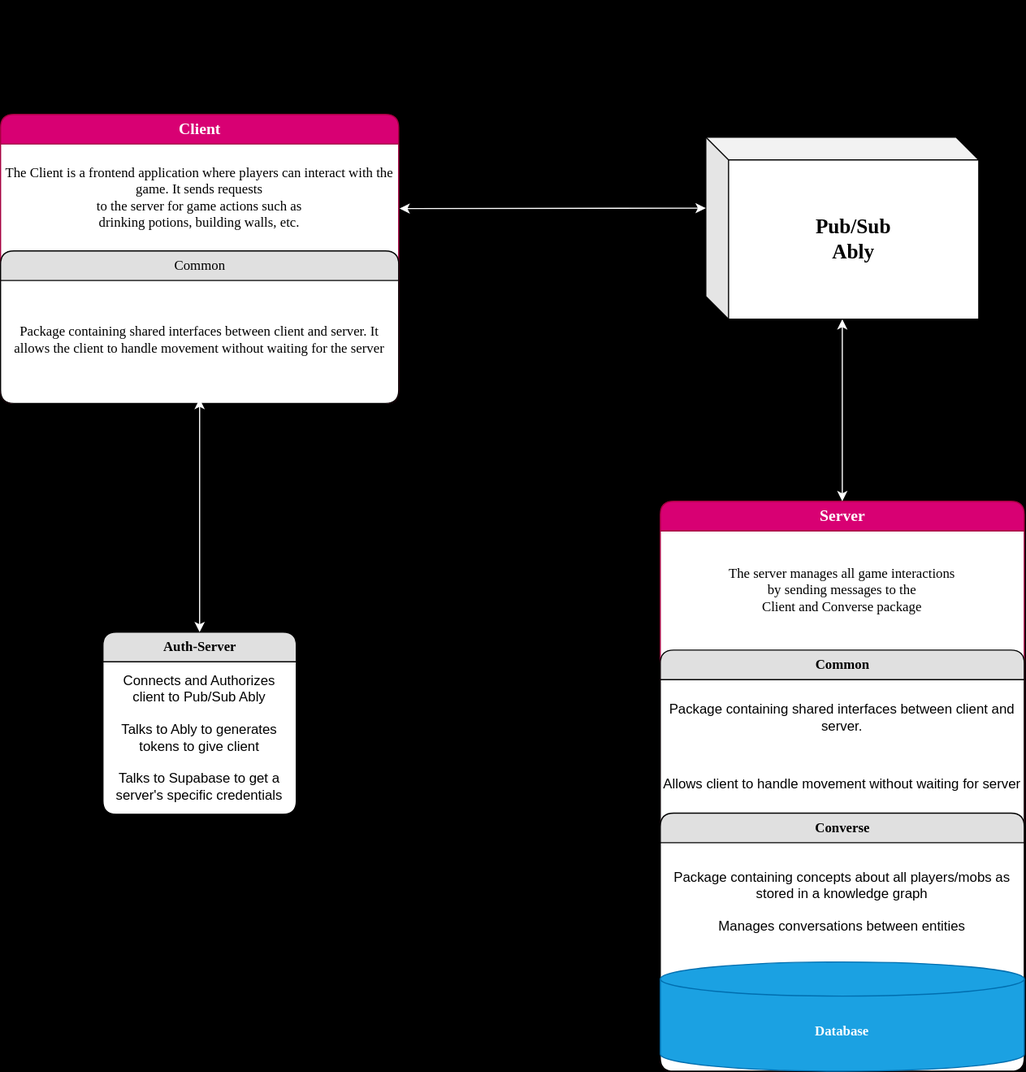
This is diagrams/systemArch.drawio.svg from sloalchemist/potions, a draw.io export, as it was before one commit. Source tidied: cells renumbered, new cells last; positions are measured from the earlier drawing's top-left corner, leaving out a move shared by most shapes.
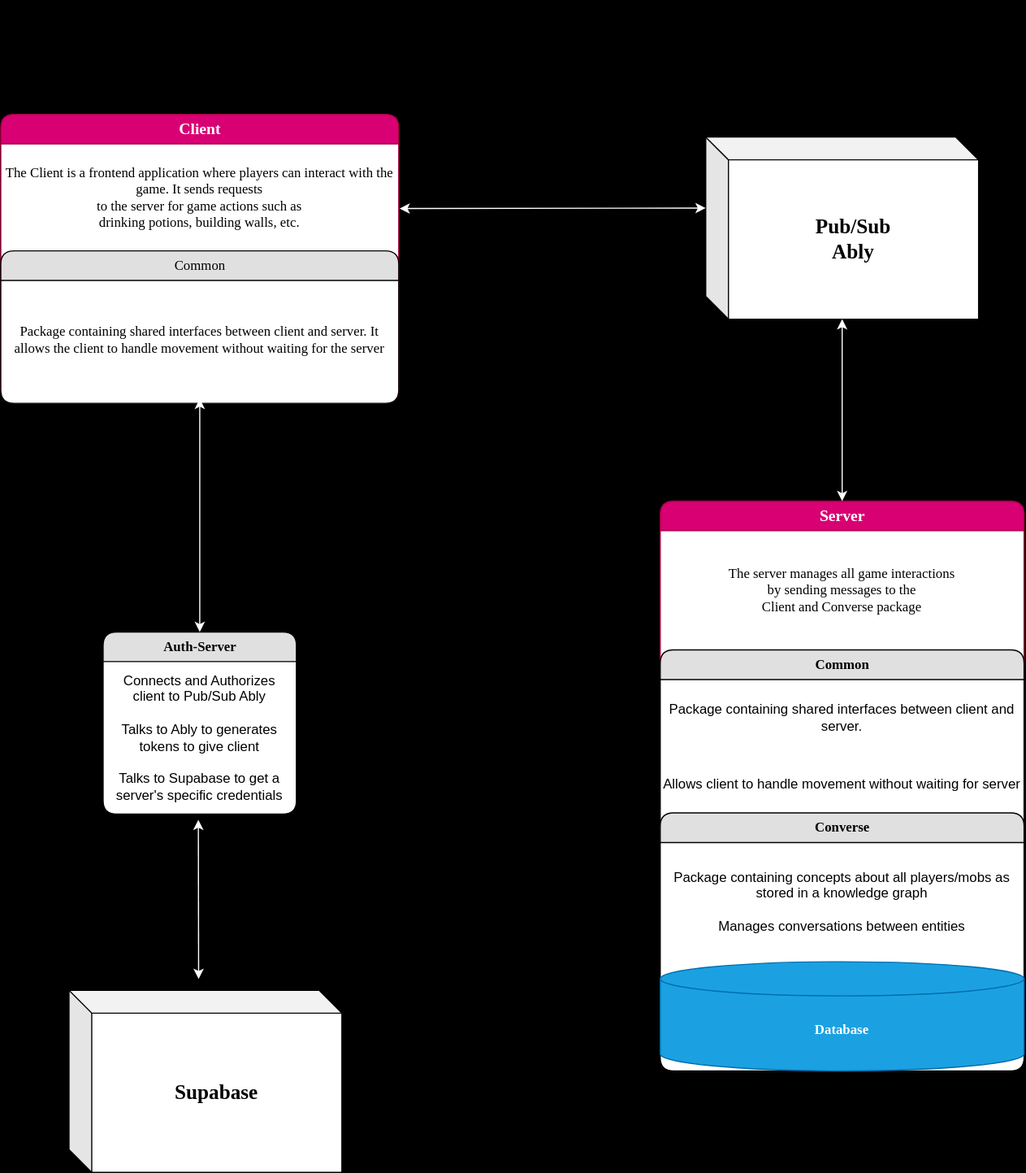
The same file after the commit.

Commit message:
doc: updated with supabase details

The edit, as a diff of the source:
```diff
@@ -59,7 +59,7 @@
     <mxCell id="20" style="endArrow=classic;startArrow=classic;html=1;rounded=0;strokeColor=#FFFFFF;entryX=0.5;entryY=0;entryDx=0;entryDy=0;exitX=0.5;exitY=1;exitDx=0;exitDy=0;exitPerimeter=0;" parent="1" edge="1" source="4" target="6">
       <mxGeometry relative="1" as="geometry" />
     </mxCell>
-    <mxCell id="21" style="edgeStyle=orthogonalEdgeStyle;html=1;labelBackgroundColor=none;startFill=0;startSize=8;endFill=1;endSize=8;fontFamily=Verdana;fontSize=12;entryX=0;entryY=0.5;entryDx=0;entryDy=0;exitX=1;exitY=0.5;exitDx=0;exitDy=0;entryPerimeter=0;" parent="1" edge="1" source="3" target="4">
+    <mxCell id="21" style="edgeStyle=orthogonalEdgeStyle;html=1;labelBackgroundColor=none;startFill=1;endFill=1;fontFamily=Verdana;fontSize=12;entryX=0;entryY=0.5;entryDx=0;entryDy=0;entryPerimeter=0;endArrow=classic;startArrow=classic;exitX=1.003;exitY=0.42;exitDx=0;exitDy=0;exitPerimeter=0;" parent="1" edge="1" source="3" target="4">
       <mxGeometry relative="1" as="geometry" />
     </mxCell>
     <mxCell id="22" value="&lt;h1 style=&quot;margin-top: 0px;&quot;&gt;&lt;font style=&quot;font-size: 24px;&quot;&gt;System Architecture Diagram&lt;/font&gt;&lt;/h1&gt;&lt;p&gt;&lt;br&gt;&lt;/p&gt;" style="text;html=1;whiteSpace=wrap;overflow=hidden;rounded=0;" parent="1" vertex="1">
@@ -68,5 +68,14 @@
     <mxCell id="23" style="endArrow=classic;startArrow=classic;html=1;rounded=0;strokeColor=#FFFFFF;entryX=1.002;entryY=0.604;entryDx=0;entryDy=0;exitX=0;exitY=0.39;exitDx=0;exitDy=0;exitPerimeter=0;entryPerimeter=0;" parent="1" edge="1" source="4" target="16">
       <mxGeometry relative="1" as="geometry" />
     </mxCell>
+    <mxCell id="24" value="&lt;h2&gt;&lt;font face=&quot;Verdana&quot;&gt;Supabase&lt;/font&gt;&lt;/h2&gt;" style="shape=cube;whiteSpace=wrap;html=1;boundedLbl=1;backgroundOutline=1;darkOpacity=0.05;darkOpacity2=0.1;" parent="1" vertex="1">
+      <mxGeometry x="60" y="870" width="240" height="160" as="geometry" />
+    </mxCell>
+    <mxCell id="25" style="endArrow=classic;startArrow=classic;html=1;rounded=0;strokeColor=#FFFFFF;entryX=0.5;entryY=1;entryDx=0;entryDy=0;fontColor=#FFFFFF;labelBackgroundColor=#FFFFFF;fillColor=#eeeeee;" parent="1" edge="1">
+      <mxGeometry relative="1" as="geometry">
+        <mxPoint x="174" y="860" as="sourcePoint" />
+        <mxPoint x="173.8" y="720" as="targetPoint" />
+      </mxGeometry>
+    </mxCell>
   </root>
 </mxGraphModel>
```
